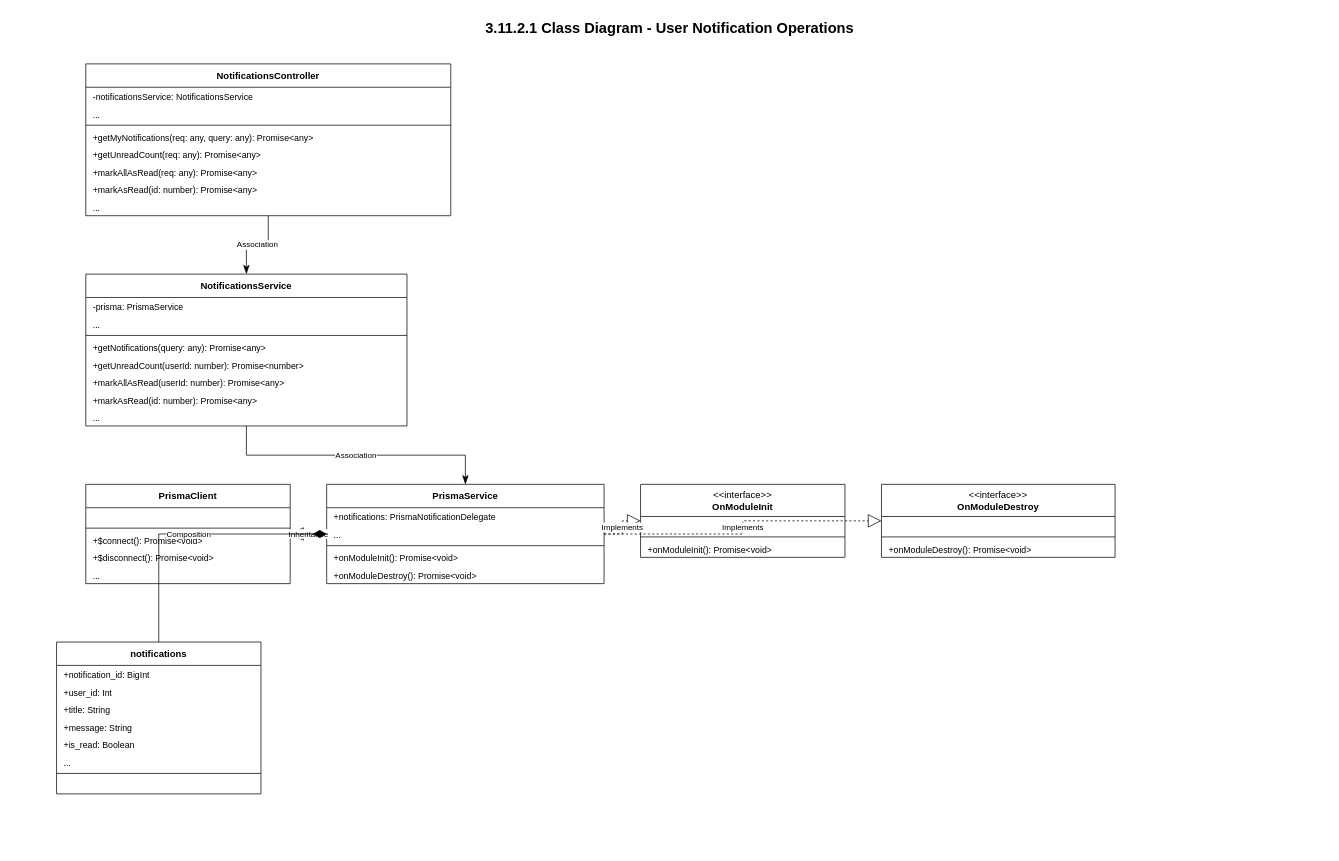
Before: page "User Notification Operations" (2 of 3) of notifications_all_class_diagrams.drawio in CuongBC195/class-diagram-donation-blood, a draw.io diagram. Source tidied: cells renumbered, new cells numbered last; positions are measured from the earlier drawing's top-left corner, leaving out a move shared by most shapes. Both pictures are drawn from the tidied source at 73%, with x=0, y=0 at pixel (12, 12).
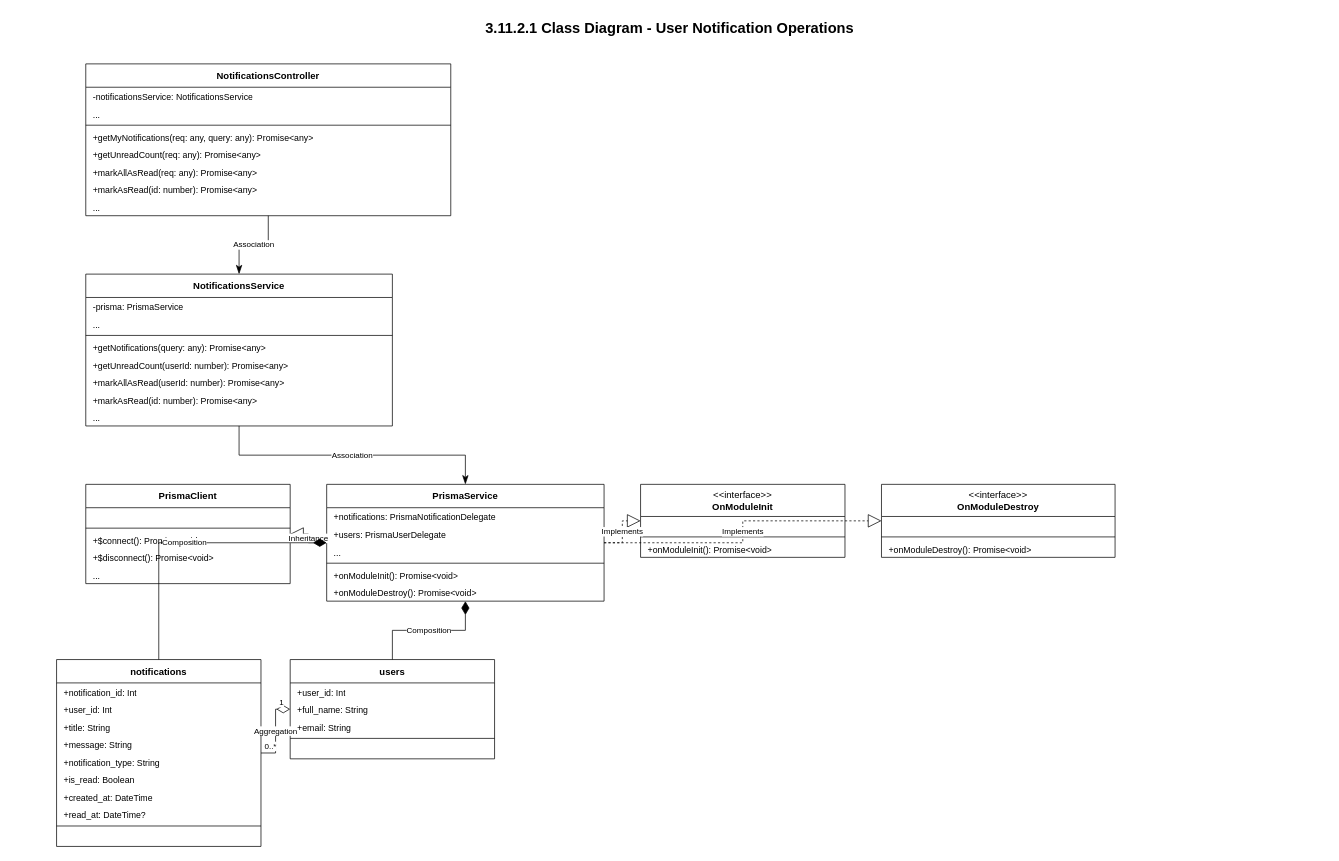
The same page after the edit.

The edit, as a diff of the source:
```diff
@@
     <mxCell id="12" value="&lt;b&gt;NotificationsService&lt;/b&gt;" style="swimlane;fontStyle=0;horizontal=1;startSize=32;whiteSpace=wrap;html=1;fillColor=#ffffff;strokeColor=#000000;swimlaneFillColor=#ffffff;fontColor=#000000;fontFamily=Arial;fontSize=13;" parent="1" vertex="1">
-      <mxGeometry x="100" y="358" width="440" height="208" as="geometry" />
+      <mxGeometry x="100" y="358" width="420" height="208" as="geometry" />
     </mxCell>
     <mxCell id="13" value="-prisma: PrismaService" style="text;strokeColor=none;fillColor=none;align=left;verticalAlign=top;spacingLeft=8;spacingRight=8;overflow=hidden;whiteSpace=wrap;html=1;fontFamily=Arial;fontSize=12;fontColor=#000000;" parent="12" vertex="1">
-      <mxGeometry y="32" width="440" height="24" as="geometry" />
+      <mxGeometry y="32" width="420" height="24" as="geometry" />
     </mxCell>
     <mxCell id="14" value="..." style="text;strokeColor=none;fillColor=none;align=left;verticalAlign=top;spacingLeft=8;spacingRight=8;overflow=hidden;whiteSpace=wrap;html=1;fontFamily=Arial;fontSize=12;fontColor=#000000;" parent="12" vertex="1">
-      <mxGeometry y="56" width="440" height="24" as="geometry" />
+      <mxGeometry y="56" width="420" height="24" as="geometry" />
     </mxCell>
     <mxCell id="15" style="line;strokeWidth=1;fillColor=none;strokeColor=#000000;align=left;verticalAlign=middle;" parent="12" vertex="1">
-      <mxGeometry y="80" width="440" height="8" as="geometry" />
+      <mxGeometry y="80" width="420" height="8" as="geometry" />
     </mxCell>
     <mxCell id="16" value="+getNotifications(query: any): Promise&amp;lt;any&amp;gt;" style="text;strokeColor=none;fillColor=none;align=left;verticalAlign=top;spacingLeft=8;spacingRight=8;overflow=hidden;whiteSpace=wrap;html=1;fontFamily=Arial;fontSize=12;fontColor=#000000;" parent="12" vertex="1">
-      <mxGeometry y="88" width="440" height="24" as="geometry" />
+      <mxGeometry y="88" width="420" height="24" as="geometry" />
     </mxCell>
-    <mxCell id="17" value="+getUnreadCount(userId: number): Promise&amp;lt;number&amp;gt;" style="text;strokeColor=none;fillColor=none;align=left;verticalAlign=top;spacingLeft=8;spacingRight=8;overflow=hidden;whiteSpace=wrap;html=1;fontFamily=Arial;fontSize=12;fontColor=#000000;" parent="12" vertex="1">
-      <mxGeometry y="112" width="440" height="24" as="geometry" />
+    <mxCell id="17" value="+getUnreadCount(userId: number): Promise&amp;lt;any&amp;gt;" style="text;strokeColor=none;fillColor=none;align=left;verticalAlign=top;spacingLeft=8;spacingRight=8;overflow=hidden;whiteSpace=wrap;html=1;fontFamily=Arial;fontSize=12;fontColor=#000000;" parent="12" vertex="1">
+      <mxGeometry y="112" width="420" height="24" as="geometry" />
     </mxCell>
     <mxCell id="18" value="+markAllAsRead(userId: number): Promise&amp;lt;any&amp;gt;" style="text;strokeColor=none;fillColor=none;align=left;verticalAlign=top;spacingLeft=8;spacingRight=8;overflow=hidden;whiteSpace=wrap;html=1;fontFamily=Arial;fontSize=12;fontColor=#000000;" parent="12" vertex="1">
-      <mxGeometry y="136" width="440" height="24" as="geometry" />
+      <mxGeometry y="136" width="420" height="24" as="geometry" />
     </mxCell>
     <mxCell id="19" value="+markAsRead(id: number): Promise&amp;lt;any&amp;gt;" style="text;strokeColor=none;fillColor=none;align=left;verticalAlign=top;spacingLeft=8;spacingRight=8;overflow=hidden;whiteSpace=wrap;html=1;fontFamily=Arial;fontSize=12;fontColor=#000000;" parent="12" vertex="1">
-      <mxGeometry y="160" width="440" height="24" as="geometry" />
+      <mxGeometry y="160" width="420" height="24" as="geometry" />
     </mxCell>
     <mxCell id="20" value="..." style="text;strokeColor=none;fillColor=none;align=left;verticalAlign=top;spacingLeft=8;spacingRight=8;overflow=hidden;whiteSpace=wrap;html=1;fontFamily=Arial;fontSize=12;fontColor=#000000;" parent="12" vertex="1">
-      <mxGeometry y="184" width="440" height="24" as="geometry" />
+      <mxGeometry y="184" width="420" height="24" as="geometry" />
     </mxCell>
@@
     <mxCell id="35" value="&lt;b&gt;PrismaService&lt;/b&gt;" style="swimlane;fontStyle=0;horizontal=1;startSize=32;whiteSpace=wrap;html=1;fillColor=#ffffff;strokeColor=#000000;swimlaneFillColor=#ffffff;fontColor=#000000;fontFamily=Arial;fontSize=13;" parent="1" vertex="1">
-      <mxGeometry x="430" y="646" width="380" height="136" as="geometry" />
+      <mxGeometry x="430" y="646" width="380" height="160" as="geometry" />
     </mxCell>
@@
-    <mxCell id="37" value="..." style="text;strokeColor=none;fillColor=none;align=left;verticalAlign=top;spacingLeft=8;spacingRight=8;overflow=hidden;whiteSpace=wrap;html=1;fontFamily=Arial;fontSize=12;fontColor=#000000;" parent="35" vertex="1">
+    <mxCell id="37" value="+users: PrismaUserDelegate" style="text;strokeColor=none;fillColor=none;align=left;verticalAlign=top;spacingLeft=8;spacingRight=8;overflow=hidden;whiteSpace=wrap;html=1;fontFamily=Arial;fontSize=12;fontColor=#000000;" parent="35" vertex="1">
       <mxGeometry y="56" width="380" height="24" as="geometry" />
     </mxCell>
+    <mxCell id="56" value="..." style="text;strokeColor=none;fillColor=none;align=left;verticalAlign=top;spacingLeft=8;spacingRight=8;overflow=hidden;whiteSpace=wrap;html=1;fontFamily=Arial;fontSize=12;fontColor=#000000;" parent="35" vertex="1">
+      <mxGeometry y="80" width="380" height="24" as="geometry" />
+    </mxCell>
     <mxCell id="38" style="line;strokeWidth=1;fillColor=none;strokeColor=#000000;align=left;verticalAlign=middle;" parent="35" vertex="1">
-      <mxGeometry y="80" width="380" height="8" as="geometry" />
+      <mxGeometry y="104" width="380" height="8" as="geometry" />
     </mxCell>
     <mxCell id="39" value="+onModuleInit(): Promise&amp;lt;void&amp;gt;" style="text;strokeColor=none;fillColor=none;align=left;verticalAlign=top;spacingLeft=8;spacingRight=8;overflow=hidden;whiteSpace=wrap;html=1;fontFamily=Arial;fontSize=12;fontColor=#000000;" parent="35" vertex="1">
-      <mxGeometry y="88" width="380" height="24" as="geometry" />
+      <mxGeometry y="112" width="380" height="24" as="geometry" />
     </mxCell>
     <mxCell id="40" value="+onModuleDestroy(): Promise&amp;lt;void&amp;gt;" style="text;strokeColor=none;fillColor=none;align=left;verticalAlign=top;spacingLeft=8;spacingRight=8;overflow=hidden;whiteSpace=wrap;html=1;fontFamily=Arial;fontSize=12;fontColor=#000000;" parent="35" vertex="1">
-      <mxGeometry y="112" width="380" height="24" as="geometry" />
+      <mxGeometry y="136" width="380" height="24" as="geometry" />
     </mxCell>
     <mxCell id="41" value="&lt;b&gt;notifications&lt;/b&gt;" style="swimlane;fontStyle=0;horizontal=1;startSize=32;whiteSpace=wrap;html=1;fillColor=#ffffff;strokeColor=#000000;swimlaneFillColor=#ffffff;fontColor=#000000;fontFamily=Arial;fontSize=13;" parent="1" vertex="1">
-      <mxGeometry x="60" y="862" width="280" height="208" as="geometry" />
+      <mxGeometry x="60" y="886" width="280" height="256" as="geometry" />
     </mxCell>
-    <mxCell id="42" value="+notification_id: BigInt" style="text;strokeColor=none;fillColor=none;align=left;verticalAlign=top;spacingLeft=8;spacingRight=8;overflow=hidden;whiteSpace=wrap;html=1;fontFamily=Arial;fontSize=12;fontColor=#000000;" parent="41" vertex="1">
+    <mxCell id="42" value="+notification_id: Int" style="text;strokeColor=none;fillColor=none;align=left;verticalAlign=top;spacingLeft=8;spacingRight=8;overflow=hidden;whiteSpace=wrap;html=1;fontFamily=Arial;fontSize=12;fontColor=#000000;" parent="41" vertex="1">
       <mxGeometry y="32" width="280" height="24" as="geometry" />
     </mxCell>
@@
-    <mxCell id="46" value="+is_read: Boolean" style="text;strokeColor=none;fillColor=none;align=left;verticalAlign=top;spacingLeft=8;spacingRight=8;overflow=hidden;whiteSpace=wrap;html=1;fontFamily=Arial;fontSize=12;fontColor=#000000;" parent="41" vertex="1">
+    <mxCell id="46" value="+notification_type: String" style="text;strokeColor=none;fillColor=none;align=left;verticalAlign=top;spacingLeft=8;spacingRight=8;overflow=hidden;whiteSpace=wrap;html=1;fontFamily=Arial;fontSize=12;fontColor=#000000;" parent="41" vertex="1">
       <mxGeometry y="128" width="280" height="24" as="geometry" />
     </mxCell>
-    <mxCell id="47" value="..." style="text;strokeColor=none;fillColor=none;align=left;verticalAlign=top;spacingLeft=8;spacingRight=8;overflow=hidden;whiteSpace=wrap;html=1;fontFamily=Arial;fontSize=12;fontColor=#000000;" parent="41" vertex="1">
+    <mxCell id="47" value="+is_read: Boolean" style="text;strokeColor=none;fillColor=none;align=left;verticalAlign=top;spacingLeft=8;spacingRight=8;overflow=hidden;whiteSpace=wrap;html=1;fontFamily=Arial;fontSize=12;fontColor=#000000;" parent="41" vertex="1">
       <mxGeometry y="152" width="280" height="24" as="geometry" />
     </mxCell>
+    <mxCell id="57" value="+created_at: DateTime" style="text;strokeColor=none;fillColor=none;align=left;verticalAlign=top;spacingLeft=8;spacingRight=8;overflow=hidden;whiteSpace=wrap;html=1;fontFamily=Arial;fontSize=12;fontColor=#000000;" parent="41" vertex="1">
+      <mxGeometry y="176" width="280" height="24" as="geometry" />
+    </mxCell>
+    <mxCell id="58" value="+read_at: DateTime?" style="text;strokeColor=none;fillColor=none;align=left;verticalAlign=top;spacingLeft=8;spacingRight=8;overflow=hidden;whiteSpace=wrap;html=1;fontFamily=Arial;fontSize=12;fontColor=#000000;" parent="41" vertex="1">
+      <mxGeometry y="200" width="280" height="24" as="geometry" />
+    </mxCell>
     <mxCell id="48" style="line;strokeWidth=1;fillColor=none;strokeColor=#000000;align=left;verticalAlign=middle;" parent="41" vertex="1">
-      <mxGeometry y="176" width="280" height="8" as="geometry" />
+      <mxGeometry y="224" width="280" height="8" as="geometry" />
     </mxCell>
     <mxCell id="49" value=" " style="text;strokeColor=none;fillColor=none;align=left;verticalAlign=top;spacingLeft=8;spacingRight=8;overflow=hidden;whiteSpace=wrap;html=1;fontFamily=Arial;fontSize=12;fontColor=#000000;" parent="41" vertex="1">
-      <mxGeometry y="184" width="280" height="24" as="geometry" />
+      <mxGeometry y="232" width="280" height="24" as="geometry" />
     </mxCell>
+    <mxCell id="59" value="&lt;b&gt;users&lt;/b&gt;" style="swimlane;fontStyle=0;horizontal=1;startSize=32;whiteSpace=wrap;html=1;fillColor=#ffffff;strokeColor=#000000;swimlaneFillColor=#ffffff;fontColor=#000000;fontFamily=Arial;fontSize=13;" parent="1" vertex="1">
+      <mxGeometry x="380" y="886" width="280" height="136" as="geometry" />
+    </mxCell>
+    <mxCell id="60" value="+user_id: Int" style="text;strokeColor=none;fillColor=none;align=left;verticalAlign=top;spacingLeft=8;spacingRight=8;overflow=hidden;whiteSpace=wrap;html=1;fontFamily=Arial;fontSize=12;fontColor=#000000;" parent="59" vertex="1">
+      <mxGeometry y="32" width="280" height="24" as="geometry" />
+    </mxCell>
+    <mxCell id="61" value="+full_name: String" style="text;strokeColor=none;fillColor=none;align=left;verticalAlign=top;spacingLeft=8;spacingRight=8;overflow=hidden;whiteSpace=wrap;html=1;fontFamily=Arial;fontSize=12;fontColor=#000000;" parent="59" vertex="1">
+      <mxGeometry y="56" width="280" height="24" as="geometry" />
+    </mxCell>
+    <mxCell id="62" value="+email: String" style="text;strokeColor=none;fillColor=none;align=left;verticalAlign=top;spacingLeft=8;spacingRight=8;overflow=hidden;whiteSpace=wrap;html=1;fontFamily=Arial;fontSize=12;fontColor=#000000;" parent="59" vertex="1">
+      <mxGeometry y="80" width="280" height="24" as="geometry" />
+    </mxCell>
+    <mxCell id="63" style="line;strokeWidth=1;fillColor=none;strokeColor=#000000;align=left;verticalAlign=middle;" parent="59" vertex="1">
+      <mxGeometry y="104" width="280" height="8" as="geometry" />
+    </mxCell>
+    <mxCell id="64" value=" " style="text;strokeColor=none;fillColor=none;align=left;verticalAlign=top;spacingLeft=8;spacingRight=8;overflow=hidden;whiteSpace=wrap;html=1;fontFamily=Arial;fontSize=12;fontColor=#000000;" parent="59" vertex="1">
+      <mxGeometry y="112" width="280" height="24" as="geometry" />
+    </mxCell>
@@
+    <mxCell id="65" value="Composition" style="html=1;rounded=0;edgeStyle=orthogonalEdgeStyle;strokeColor=#000000;fontColor=#000000;labelBackgroundColor=#ffffff;fontFamily=Arial;fontSize=11;dashed=0;startArrow=diamondThin;startFill=1;startSize=16;endArrow=none;" parent="1" edge="1" source="35" target="59">
+      <mxGeometry relative="1" as="geometry" />
+    </mxCell>
+    <mxCell id="66" value="Aggregation" style="html=1;rounded=0;edgeStyle=orthogonalEdgeStyle;strokeColor=#000000;fontColor=#000000;labelBackgroundColor=#ffffff;fontFamily=Arial;fontSize=11;dashed=0;startArrow=diamondThin;startFill=0;startSize=16;endArrow=none;" parent="1" edge="1" source="59" target="41">
+      <mxGeometry relative="1" as="geometry" />
+    </mxCell>
+    <mxCell id="67" value="1" style="edgeLabel;html=1;align=center;verticalAlign=middle;labelBackgroundColor=#ffffff;fontFamily=Arial;fontSize=11;fontColor=#000000;" parent="66" vertex="1">
+      <mxGeometry x="-0.75" relative="1" as="geometry">
+        <mxPoint y="-10" as="offset" />
+      </mxGeometry>
+    </mxCell>
+    <mxCell id="68" value="0..*" style="edgeLabel;html=1;align=center;verticalAlign=middle;labelBackgroundColor=#ffffff;fontFamily=Arial;fontSize=11;fontColor=#000000;" parent="66" vertex="1">
+      <mxGeometry x="0.75" relative="1" as="geometry">
+        <mxPoint y="-10" as="offset" />
+      </mxGeometry>
+    </mxCell>
```
